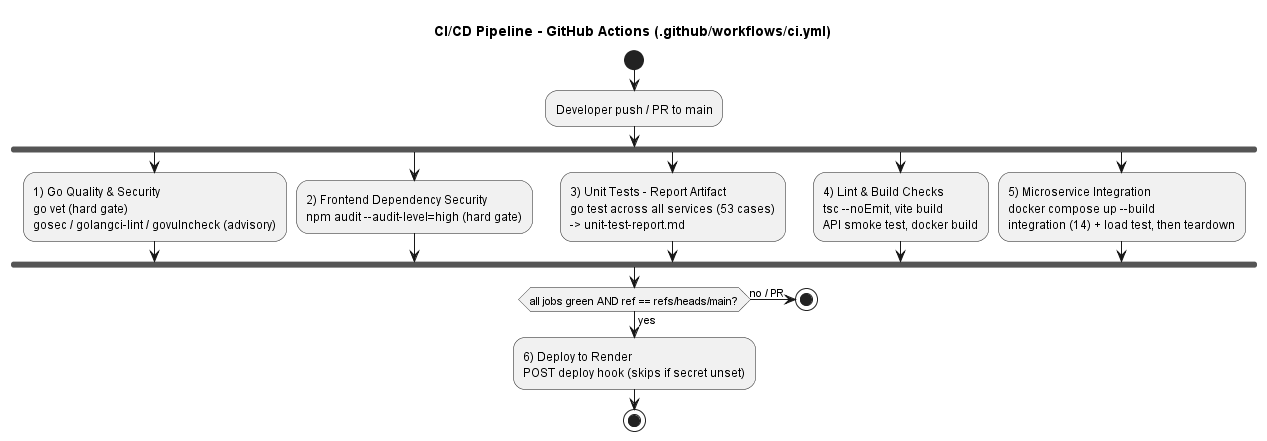
Above: docs/architecture/png/cicd-pipeline.png in wwwwtou/capstone (PlantUML), before the change. Source of this version:
```plantuml
@startuml cicd-pipeline
title CI/CD Pipeline - GitHub Actions (.github/workflows/ci.yml)

skinparam shadowing false
start
:Developer push / PR to main;

fork
  :1) Go Quality & Security
  go vet (hard gate)
  gosec / golangci-lint / govulncheck (advisory);
fork again
  :2) Frontend Dependency Security
  npm audit --audit-level=high (hard gate);
fork again
  :3) Unit Tests - Report Artifact
  go test across all services (53 cases)
  -> unit-test-report.md;
fork again
  :4) Lint & Build Checks
  tsc --noEmit, vite build
  API smoke test, docker build;
fork again
  :5) Microservice Integration
  docker compose up --build
  integration (14) + load test, then teardown;
end fork

if (all jobs green AND ref == refs/heads/main?) then (yes)
  :6) Deploy to Render
  POST deploy hook (skips if secret unset);
  stop
else (no / PR)
  stop
endif
@enduml
```
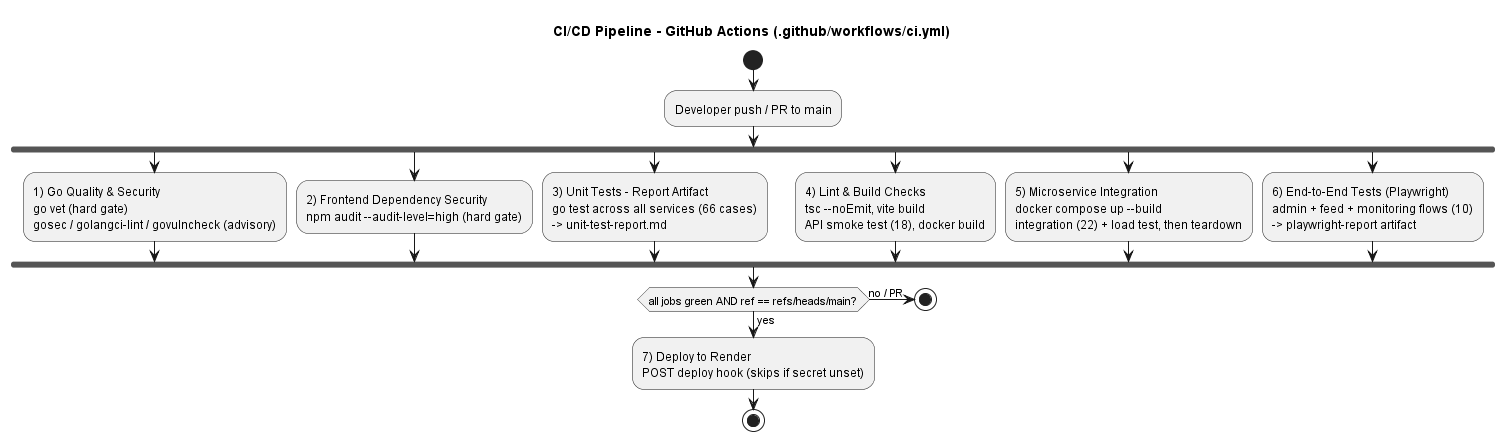
Above is the later version.

Diff of the diagram source:
```diff
@@ -14,20 +14,24 @@
   npm audit --audit-level=high (hard gate);
 fork again
   :3) Unit Tests - Report Artifact
-  go test across all services (53 cases)
+  go test across all services (66 cases)
   -> unit-test-report.md;
 fork again
   :4) Lint & Build Checks
   tsc --noEmit, vite build
-  API smoke test, docker build;
+  API smoke test (18), docker build;
 fork again
   :5) Microservice Integration
   docker compose up --build
-  integration (14) + load test, then teardown;
+  integration (22) + load test, then teardown;
+fork again
+  :6) End-to-End Tests (Playwright)
+  admin + feed + monitoring flows (10)
+  -> playwright-report artifact;
 end fork
 
 if (all jobs green AND ref == refs/heads/main?) then (yes)
-  :6) Deploy to Render
+  :7) Deploy to Render
   POST deploy hook (skips if secret unset);
   stop
 else (no / PR)
```
